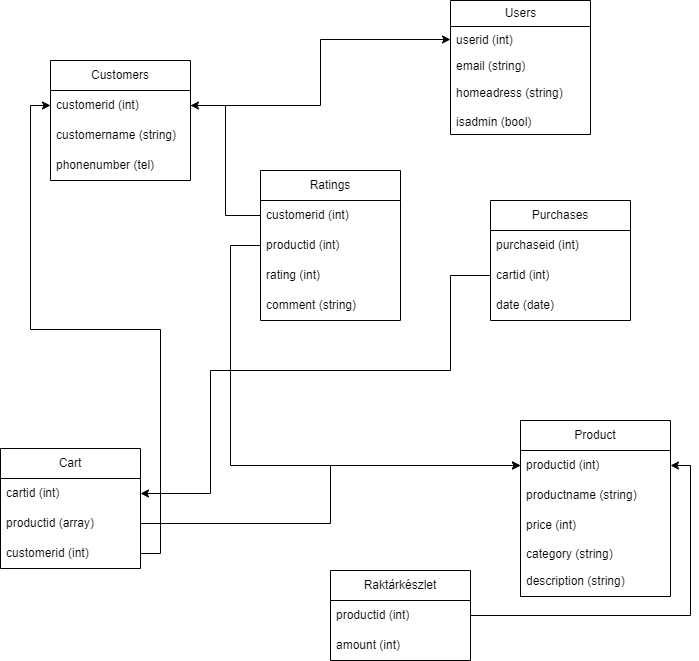
The draw.io diagram adatbazisterv/adatbazisterv.drawio.png in NoSignificantFrustration/RF1, before a commit. Source tidied: cells renumbered, new cells last; positions are measured from the earlier drawing's top-left corner, leaving out a move shared by most shapes. The source it was exported from:
```xml
<mxGraphModel>
  <root>
    <mxCell id="0" />
    <mxCell id="1" parent="0" />
    <mxCell id="2" value="Product" style="swimlane;fontStyle=0;horizontal=1;startSize=30;whiteSpace=wrap;html=1;" parent="1" vertex="1">
      <mxGeometry x="520" y="420" width="150" height="176" as="geometry" />
    </mxCell>
    <mxCell id="3" value="productid (int)" style="text;strokeColor=none;fillColor=none;align=left;verticalAlign=middle;spacingLeft=4;spacingRight=4;overflow=hidden;points=[[0,0.5],[1,0.5]];portConstraint=eastwest;whiteSpace=wrap;html=1;" parent="2" vertex="1">
      <mxGeometry y="30" width="150" height="30" as="geometry" />
    </mxCell>
    <mxCell id="4" value="productname (string)" style="text;strokeColor=none;fillColor=none;align=left;verticalAlign=middle;spacingLeft=4;spacingRight=4;overflow=hidden;whiteSpace=wrap;html=1;" parent="2" vertex="1">
      <mxGeometry y="60" width="150" height="30" as="geometry" />
    </mxCell>
    <mxCell id="5" value="price (int)" style="text;strokeColor=none;fillColor=none;align=left;verticalAlign=middle;spacingLeft=4;spacingRight=4;overflow=hidden;whiteSpace=wrap;html=1;" parent="2" vertex="1">
      <mxGeometry y="90" width="150" height="30" as="geometry" />
    </mxCell>
    <mxCell id="6" value="category (string)" style="text;strokeColor=none;fillColor=none;align=left;verticalAlign=top;spacingLeft=4;spacingRight=4;overflow=hidden;whiteSpace=wrap;html=1;" parent="2" vertex="1">
      <mxGeometry y="120" width="150" height="26" as="geometry" />
    </mxCell>
    <mxCell id="7" value="description (string)" style="text;strokeColor=none;fillColor=none;align=left;verticalAlign=middle;spacingLeft=4;spacingRight=4;overflow=hidden;whiteSpace=wrap;html=1;" parent="2" vertex="1">
      <mxGeometry y="146" width="150" height="30" as="geometry" />
    </mxCell>
    <mxCell id="8" value="Users" style="swimlane;fontStyle=0;horizontal=1;startSize=26;fillColor=none;html=1;" parent="1" vertex="1">
      <mxGeometry x="450" width="140" height="134" as="geometry" />
    </mxCell>
    <mxCell id="9" value="userid (int)" style="text;strokeColor=none;fillColor=none;align=left;verticalAlign=top;spacingLeft=4;spacingRight=4;overflow=hidden;points=[[0,0.5],[1,0.5]];portConstraint=eastwest;whiteSpace=wrap;html=1;" parent="8" vertex="1">
      <mxGeometry y="26" width="140" height="26" as="geometry" />
    </mxCell>
    <mxCell id="10" value="email (string)" style="text;strokeColor=none;fillColor=none;align=left;verticalAlign=top;spacingLeft=4;spacingRight=4;overflow=hidden;whiteSpace=wrap;html=1;" parent="8" vertex="1">
      <mxGeometry y="52" width="140" height="26" as="geometry" />
    </mxCell>
    <mxCell id="11" value="homeadress (string)" style="text;strokeColor=none;fillColor=none;align=left;verticalAlign=middle;spacingLeft=4;spacingRight=4;overflow=hidden;whiteSpace=wrap;html=1;" parent="8" vertex="1">
      <mxGeometry y="78" width="140" height="30" as="geometry" />
    </mxCell>
    <mxCell id="12" value="isadmin (bool)" style="text;strokeColor=none;fillColor=none;align=left;verticalAlign=top;spacingLeft=4;spacingRight=4;overflow=hidden;whiteSpace=wrap;html=1;" parent="8" vertex="1">
      <mxGeometry y="108" width="140" height="26" as="geometry" />
    </mxCell>
    <mxCell id="13" value="Customers" style="swimlane;fontStyle=0;horizontal=1;startSize=30;whiteSpace=wrap;html=1;" parent="1" vertex="1">
      <mxGeometry x="50" y="60" width="140" height="120" as="geometry" />
    </mxCell>
    <mxCell id="14" value="customerid (int)" style="text;strokeColor=none;fillColor=none;align=left;verticalAlign=middle;spacingLeft=4;spacingRight=4;overflow=hidden;points=[[0,0.5],[1,0.5]];portConstraint=eastwest;whiteSpace=wrap;html=1;" parent="13" vertex="1">
      <mxGeometry y="30" width="140" height="30" as="geometry" />
    </mxCell>
    <mxCell id="15" value="customername (string)" style="text;strokeColor=none;fillColor=none;align=left;verticalAlign=middle;spacingLeft=4;spacingRight=4;overflow=hidden;whiteSpace=wrap;html=1;" parent="13" vertex="1">
      <mxGeometry y="60" width="140" height="30" as="geometry" />
    </mxCell>
    <mxCell id="16" value="phonenumber (tel)" style="text;strokeColor=none;fillColor=none;align=left;verticalAlign=middle;spacingLeft=4;spacingRight=4;overflow=hidden;whiteSpace=wrap;html=1;" parent="13" vertex="1">
      <mxGeometry y="90" width="140" height="30" as="geometry" />
    </mxCell>
    <mxCell id="17" value="Cart" style="swimlane;fontStyle=0;horizontal=1;startSize=30;whiteSpace=wrap;html=1;" parent="1" vertex="1">
      <mxGeometry y="448" width="140" height="120" as="geometry" />
    </mxCell>
    <mxCell id="18" value="cartid (int)" style="text;strokeColor=none;fillColor=none;align=left;verticalAlign=middle;spacingLeft=4;spacingRight=4;overflow=hidden;points=[[0,0.5],[1,0.5]];portConstraint=eastwest;whiteSpace=wrap;html=1;" parent="17" vertex="1">
      <mxGeometry y="30" width="140" height="30" as="geometry" />
    </mxCell>
    <mxCell id="19" value="productid (array)" style="text;strokeColor=none;fillColor=none;align=left;verticalAlign=middle;spacingLeft=4;spacingRight=4;overflow=hidden;points=[[0,0.5],[1,0.5]];portConstraint=eastwest;whiteSpace=wrap;html=1;" parent="17" vertex="1">
      <mxGeometry y="60" width="140" height="30" as="geometry" />
    </mxCell>
    <mxCell id="20" value="customerid (int)" style="text;strokeColor=none;fillColor=none;align=left;verticalAlign=middle;spacingLeft=4;spacingRight=4;overflow=hidden;points=[[0,0.5],[1,0.5]];portConstraint=eastwest;whiteSpace=wrap;html=1;" parent="17" vertex="1">
      <mxGeometry y="90" width="140" height="30" as="geometry" />
    </mxCell>
    <mxCell id="21" value="Purchases" style="swimlane;fontStyle=0;horizontal=1;startSize=30;whiteSpace=wrap;html=1;" parent="1" vertex="1">
      <mxGeometry x="490" y="200" width="140" height="120" as="geometry" />
    </mxCell>
    <mxCell id="22" value="purchaseid (int)" style="text;strokeColor=none;fillColor=none;align=left;verticalAlign=middle;spacingLeft=4;spacingRight=4;overflow=hidden;whiteSpace=wrap;html=1;" parent="21" vertex="1">
      <mxGeometry y="30" width="140" height="30" as="geometry" />
    </mxCell>
    <mxCell id="23" value="cartid (int)" style="text;strokeColor=none;fillColor=none;align=left;verticalAlign=middle;spacingLeft=4;spacingRight=4;overflow=hidden;points=[[0,0.5],[1,0.5]];portConstraint=eastwest;whiteSpace=wrap;html=1;" parent="21" vertex="1">
      <mxGeometry y="60" width="140" height="30" as="geometry" />
    </mxCell>
    <mxCell id="24" value="date (date)" style="text;strokeColor=none;fillColor=none;align=left;verticalAlign=middle;spacingLeft=4;spacingRight=4;overflow=hidden;whiteSpace=wrap;html=1;" parent="21" vertex="1">
      <mxGeometry y="90" width="140" height="30" as="geometry" />
    </mxCell>
    <mxCell id="25" value="Raktárkészlet" style="swimlane;fontStyle=0;horizontal=1;startSize=30;whiteSpace=wrap;html=1;" parent="1" vertex="1">
      <mxGeometry x="330" y="570" width="140" height="90" as="geometry" />
    </mxCell>
    <mxCell id="26" value="productid (int)" style="text;strokeColor=none;fillColor=none;align=left;verticalAlign=middle;spacingLeft=4;spacingRight=4;overflow=hidden;points=[[0,0.5],[1,0.5]];portConstraint=eastwest;whiteSpace=wrap;html=1;" parent="25" vertex="1">
      <mxGeometry y="30" width="140" height="30" as="geometry" />
    </mxCell>
    <mxCell id="27" value="amount (int)" style="text;strokeColor=none;fillColor=none;align=left;verticalAlign=middle;spacingLeft=4;spacingRight=4;overflow=hidden;whiteSpace=wrap;html=1;" parent="25" vertex="1">
      <mxGeometry y="60" width="140" height="30" as="geometry" />
    </mxCell>
    <mxCell id="28" style="edgeStyle=orthogonalEdgeStyle;rounded=0;jettySize=auto;html=1;entryX=0;entryY=0.5;entryDx=0;entryDy=0;" parent="1" edge="1" source="14" target="9">
      <mxGeometry relative="1" as="geometry" />
    </mxCell>
    <mxCell id="29" style="edgeStyle=orthogonalEdgeStyle;rounded=0;jettySize=auto;html=1;entryX=0;entryY=0.5;entryDx=0;entryDy=0;" parent="1" edge="1" source="20" target="14">
      <mxGeometry relative="1" as="geometry" />
    </mxCell>
    <mxCell id="30" style="edgeStyle=orthogonalEdgeStyle;rounded=0;jettySize=auto;html=1;entryX=1;entryY=0.5;entryDx=0;entryDy=0;" parent="1" edge="1" source="26" target="3">
      <mxGeometry relative="1" as="geometry" />
    </mxCell>
    <mxCell id="31" value="Ratings" style="swimlane;fontStyle=0;horizontal=1;startSize=30;whiteSpace=wrap;html=1;" parent="1" vertex="1">
      <mxGeometry x="260" y="170" width="140" height="150" as="geometry" />
    </mxCell>
    <mxCell id="32" value="customerid (int)" style="text;strokeColor=none;fillColor=none;align=left;verticalAlign=middle;spacingLeft=4;spacingRight=4;overflow=hidden;points=[[0,0.5],[1,0.5]];portConstraint=eastwest;whiteSpace=wrap;html=1;" parent="31" vertex="1">
      <mxGeometry y="30" width="140" height="30" as="geometry" />
    </mxCell>
    <mxCell id="33" value="productid (int)" style="text;strokeColor=none;fillColor=none;align=left;verticalAlign=middle;spacingLeft=4;spacingRight=4;overflow=hidden;points=[[0,0.5],[1,0.5]];portConstraint=eastwest;whiteSpace=wrap;html=1;" parent="31" vertex="1">
      <mxGeometry y="60" width="140" height="30" as="geometry" />
    </mxCell>
    <mxCell id="34" value="rating (int)" style="text;strokeColor=none;fillColor=none;align=left;verticalAlign=middle;spacingLeft=4;spacingRight=4;overflow=hidden;whiteSpace=wrap;html=1;" parent="31" vertex="1">
      <mxGeometry y="90" width="140" height="30" as="geometry" />
    </mxCell>
    <mxCell id="35" value="comment (string)" style="text;strokeColor=none;fillColor=none;align=left;verticalAlign=middle;spacingLeft=4;spacingRight=4;overflow=hidden;whiteSpace=wrap;html=1;" parent="31" vertex="1">
      <mxGeometry y="120" width="140" height="30" as="geometry" />
    </mxCell>
    <mxCell id="36" style="edgeStyle=orthogonalEdgeStyle;rounded=0;jettySize=auto;html=1;" parent="1" edge="1" source="32" target="14">
      <mxGeometry relative="1" as="geometry" />
    </mxCell>
    <mxCell id="37" style="edgeStyle=orthogonalEdgeStyle;rounded=0;jettySize=auto;html=1;" parent="1" edge="1" source="33" target="3">
      <mxGeometry relative="1" as="geometry">
        <Array as="points">
          <mxPoint x="230" y="245" />
          <mxPoint x="230" y="465" />
        </Array>
      </mxGeometry>
    </mxCell>
    <mxCell id="38" style="edgeStyle=orthogonalEdgeStyle;rounded=0;jettySize=auto;html=1;entryX=1;entryY=0.5;entryDx=0;entryDy=0;exitX=0;exitY=0.5;exitDx=0;exitDy=0;" parent="1" edge="1" source="23" target="18">
      <mxGeometry relative="1" as="geometry">
        <Array as="points">
          <mxPoint x="450" y="275" />
          <mxPoint x="450" y="370" />
          <mxPoint x="210" y="370" />
          <mxPoint x="210" y="493" />
        </Array>
      </mxGeometry>
    </mxCell>
    <mxCell id="39" style="edgeStyle=orthogonalEdgeStyle;rounded=0;jettySize=auto;html=1;" parent="1" edge="1" source="19" target="3">
      <mxGeometry relative="1" as="geometry" />
    </mxCell>
  </root>
</mxGraphModel>
```
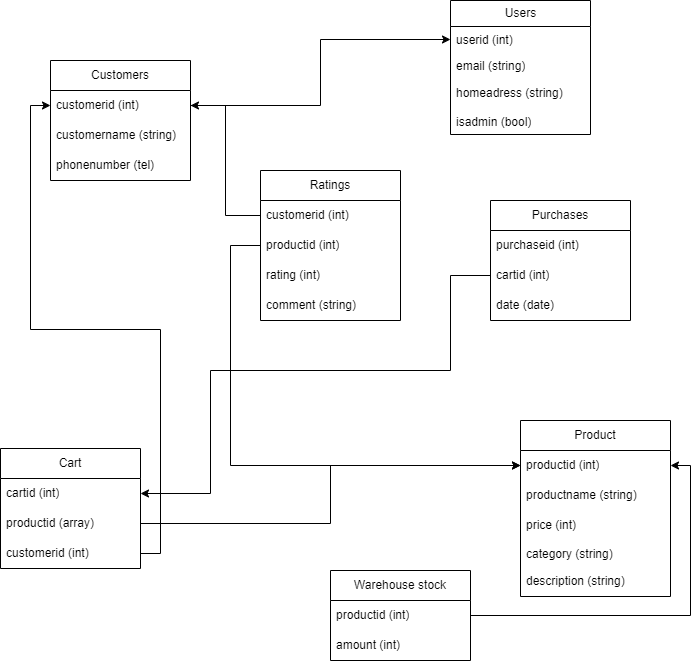
The same file after the commit.

Diff of the diagram source:
```diff
@@ -71,7 +71,7 @@
     <mxCell id="24" value="date (date)" style="text;strokeColor=none;fillColor=none;align=left;verticalAlign=middle;spacingLeft=4;spacingRight=4;overflow=hidden;whiteSpace=wrap;html=1;" parent="21" vertex="1">
       <mxGeometry y="90" width="140" height="30" as="geometry" />
     </mxCell>
-    <mxCell id="25" value="Raktárkészlet" style="swimlane;fontStyle=0;horizontal=1;startSize=30;whiteSpace=wrap;html=1;" parent="1" vertex="1">
+    <mxCell id="25" value="Warehouse stock" style="swimlane;fontStyle=0;horizontal=1;startSize=30;whiteSpace=wrap;html=1;" parent="1" vertex="1">
       <mxGeometry x="330" y="570" width="140" height="90" as="geometry" />
     </mxCell>
     <mxCell id="26" value="productid (int)" style="text;strokeColor=none;fillColor=none;align=left;verticalAlign=middle;spacingLeft=4;spacingRight=4;overflow=hidden;points=[[0,0.5],[1,0.5]];portConstraint=eastwest;whiteSpace=wrap;html=1;" parent="25" vertex="1">
```
